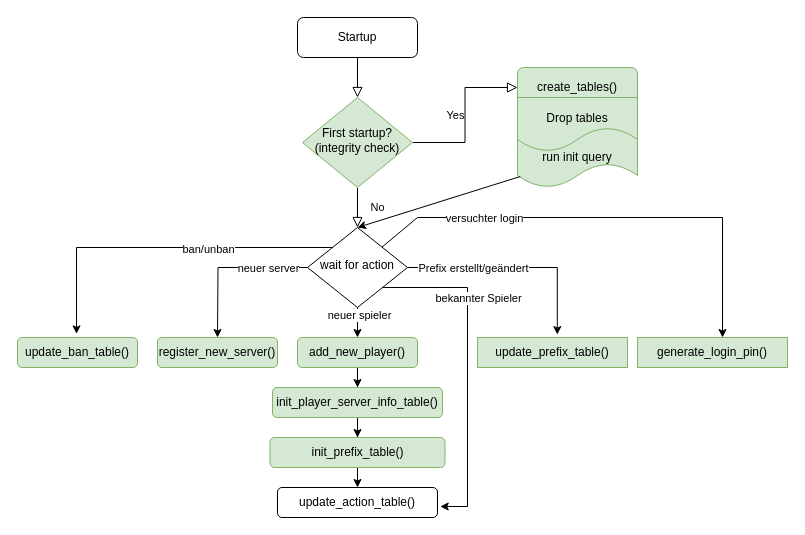
Tobias-Auer/MCConnect keeps this draw.io diagram as database/flowchart.drawio. Above is the earlier version. Source tidied: cells renumbered, new cells numbered last; positions are measured from the earlier drawing's top-left corner, leaving out a move shared by most shapes. Both pictures are drawn from the tidied source at 100%, with x=0, y=0 at pixel (17, 17).
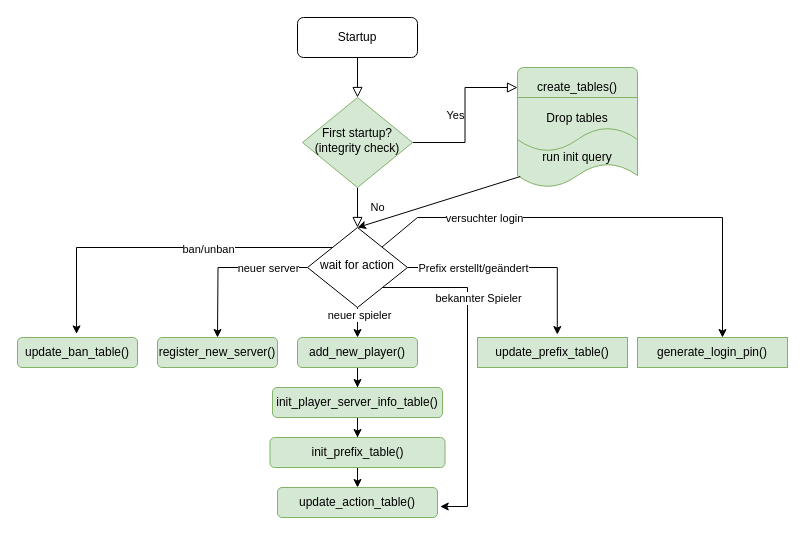
The same diagram, later.

The edit, as a diff of the source:
```diff
@@
-    <mxCell id="29" value="update_action_table()" style="rounded=1;whiteSpace=wrap;html=1;" parent="1" vertex="1">
+    <mxCell id="29" value="update_action_table()" style="rounded=1;whiteSpace=wrap;html=1;fillColor=#d5e8d4;strokeColor=#82b366;" parent="1" vertex="1">
       <mxGeometry x="260" y="470" width="160" height="30" as="geometry" />
     </mxCell>
```
